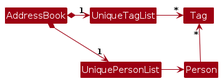
Above: diagrams/BetterModelClassDiagram.png in AY2526S2-CS2103-F08-1a/tp (PlantUML), before the change. Its source is kept beside it as diagrams/BetterModelClassDiagram.puml.
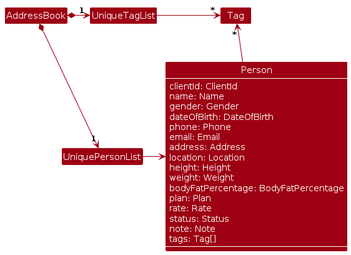
After the commit.

The edit, as a diff of the source:
```diff
@@ -3,6 +3,7 @@
 skinparam arrowThickness 1.1
 skinparam arrowColor MODEL_COLOR
 skinparam classBackgroundColor MODEL_COLOR
+skinparam ClassAttributeFontColor #FFFFFF
 
 AddressBook *-right-> "1" UniquePersonList
 AddressBook *-right-> "1" UniqueTagList
@@ -15,32 +16,23 @@
 Person -up-> "*" Tag
 
 class Person {
-  -- Identity --
   clientId: ClientId
-
-  -- Basic Information --
   name: Name
   gender: Gender
   dateOfBirth: DateOfBirth
-
-  -- Contact Details --
   phone: Phone
   email: Email
   address: Address
   location: Location
-
-  -- Fitness Tracking --
   height: Height
   weight: Weight
   bodyFatPercentage: BodyFatPercentage
-
-  -- Session & Program --
   plan: Plan
   rate: Rate
   status: Status
   note: Note
+  tags: Tag[]
+}
 
-  -- Tags --
-  tags: Tag[*]
-}
+show Person members
 @enduml
```
